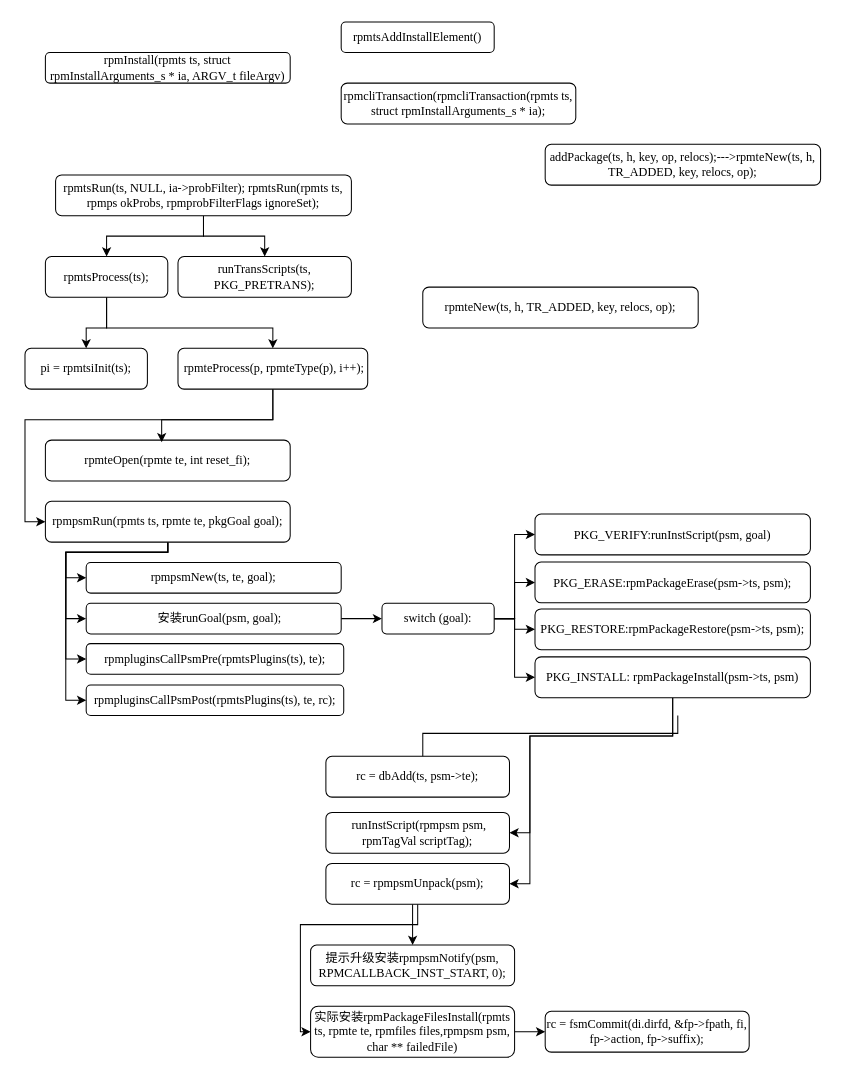
Before: page "rpmInstall" (15 of 16) of 未命名绘图.drawio in HunterDuan/git, a draw.io diagram. Source tidied: cells renumbered, new cells numbered last; positions are measured from the earlier drawing's top-left corner, leaving out a move shared by most shapes. Both pictures are drawn from the tidied source at 102%, with x=0, y=0 at pixel (24, 21).
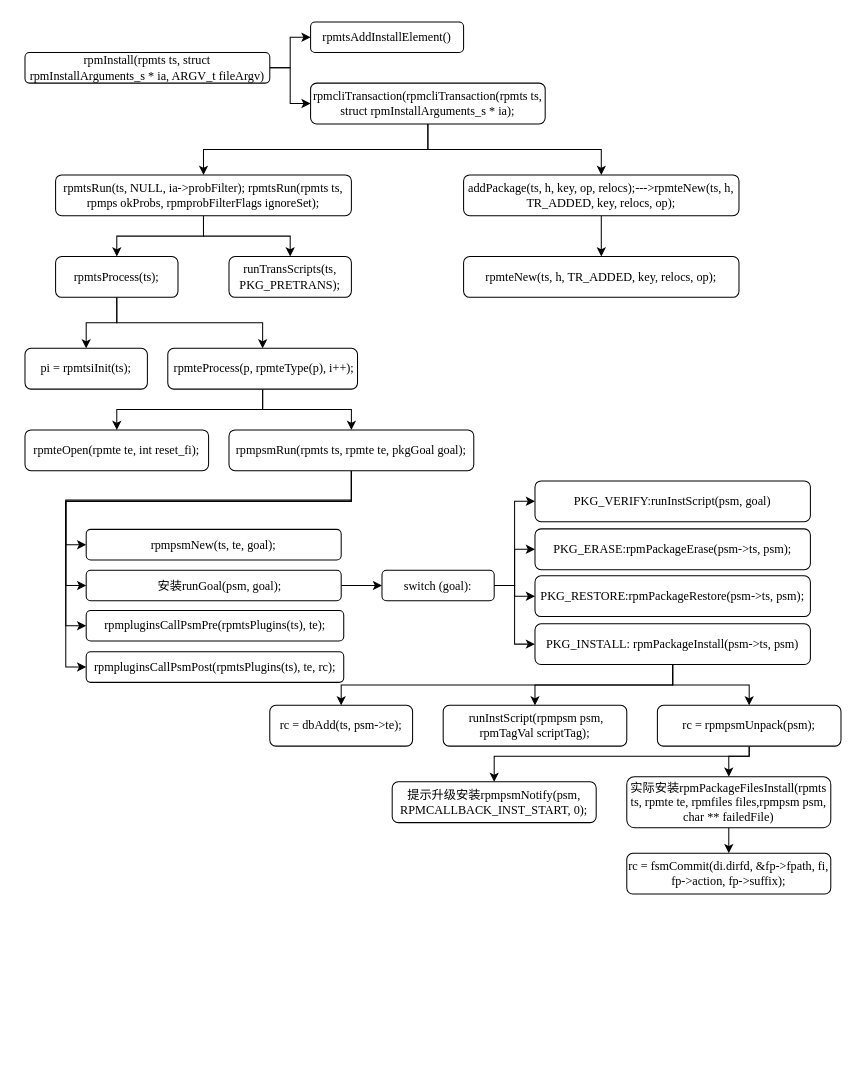
After the change.

The change refers to these unchanged cells:
```xml
<mxCell id="8" value="&lt;p class=&quot;MsoNormal&quot; style=&quot;font-size: 12px;&quot;&gt;&lt;span style=&quot;font-size: 12px;&quot;&gt;rpmtsRun(ts, NULL, ia-&amp;gt;probFilter);&lt;/span&gt;&lt;span style=&quot;font-size: 12px;&quot;&gt;&amp;nbsp;&lt;font style=&quot;font-size: 12px;&quot;&gt;rpmtsRun(rpmts ts, rpmps okProbs, rpmprobFilterFlags ignoreSet);&lt;/font&gt;&lt;/span&gt;&lt;/p&gt;" style="rounded=1;whiteSpace=wrap;html=1;fontSize=12;fontFamily=Times New Roman;" parent="1" vertex="1">
  <mxGeometry x="30" y="150" width="290" height="40" as="geometry" />
</mxCell>
<mxCell id="43" value="pi = rpmtsiInit(ts);" style="rounded=1;whiteSpace=wrap;html=1;fontSize=12;fontFamily=Times New Roman;" parent="1" vertex="1">
  <mxGeometry y="320" width="120" height="40" as="geometry" />
</mxCell>
```

Diff of the diagram source:
```diff
@@
+    <mxCell id="50" style="edgeStyle=orthogonalEdgeStyle;rounded=0;jettySize=auto;html=1;entryX=0;entryY=0.5;entryDx=0;entryDy=0;" parent="1" edge="1" source="2" target="3">
+      <mxGeometry relative="1" as="geometry" />
+    </mxCell>
+    <mxCell id="51" style="edgeStyle=orthogonalEdgeStyle;rounded=0;jettySize=auto;html=1;" parent="1" edge="1" source="2" target="4">
+      <mxGeometry relative="1" as="geometry" />
+    </mxCell>
     <mxCell id="2" value="&lt;p class=&quot;MsoNormal&quot; style=&quot;font-size: 12px;&quot;&gt;&lt;font style=&quot;font-size: 12px;&quot;&gt;rpmInstall(rpmts ts, struct rpmInstallArguments_s * ia, ARGV_t fileArgv)&lt;/font&gt;&lt;/p&gt;" style="rounded=1;whiteSpace=wrap;html=1;fontSize=12;fontFamily=Times New Roman;" parent="1" vertex="1">
-      <mxGeometry x="20" y="30" width="240" height="30" as="geometry" />
+      <mxGeometry y="30" width="240" height="30" as="geometry" />
     </mxCell>
     <mxCell id="3" value="&lt;p class=&quot;MsoNormal&quot; style=&quot;font-size: 12px;&quot;&gt;rpmtsAddInstallElement&lt;span style=&quot;font-size: 12px;&quot;&gt;&lt;font style=&quot;font-size: 12px;&quot;&gt;()&lt;/font&gt;&lt;/span&gt;&lt;/p&gt;" style="whiteSpace=wrap;html=1;rounded=1;fontSize=12;fontFamily=Times New Roman;" parent="1" vertex="1">
-      <mxGeometry x="310" width="150" height="30" as="geometry" />
+      <mxGeometry x="280" width="150" height="30" as="geometry" />
     </mxCell>
+    <mxCell id="52" style="edgeStyle=orthogonalEdgeStyle;rounded=0;jettySize=auto;html=1;" parent="1" edge="1" source="4" target="8">
+      <mxGeometry relative="1" as="geometry" />
+    </mxCell>
     <mxCell id="4" value="&lt;p class=&quot;MsoNormal&quot; style=&quot;font-size: 12px;&quot;&gt;&lt;font style=&quot;font-size: 12px;&quot;&gt;rpmcliTransaction(rpmcliTransaction(rpmts ts, struct rpmInstallArguments_s * ia);&lt;/font&gt;&lt;/p&gt;" style="whiteSpace=wrap;html=1;rounded=1;fontSize=12;fontFamily=Times New Roman;" parent="1" vertex="1">
-      <mxGeometry x="310" y="60" width="230" height="40" as="geometry" />
+      <mxGeometry x="280" y="60" width="230" height="40" as="geometry" />
     </mxCell>
+    <mxCell id="53" style="edgeStyle=orthogonalEdgeStyle;rounded=0;jettySize=auto;html=1;" parent="1" edge="1" source="5" target="41">
+      <mxGeometry relative="1" as="geometry" />
+    </mxCell>
     <mxCell id="5" value="&lt;p class=&quot;MsoNormal&quot; style=&quot;font-size: 12px;&quot;&gt;&lt;font style=&quot;font-size: 12px;&quot;&gt;addPackage(ts, h, key, op, relocs);---&amp;gt;rpmteNew(ts, h, TR_ADDED, key, relocs, op);&lt;/font&gt;&lt;/p&gt;" style="rounded=1;whiteSpace=wrap;html=1;fontSize=12;fontFamily=Times New Roman;" parent="1" vertex="1">
-      <mxGeometry x="510" y="120" width="270" height="40" as="geometry" />
+      <mxGeometry x="430" y="150" width="270" height="40" as="geometry" />
     </mxCell>
@@
     <mxCell id="9" style="edgeStyle=orthogonalEdgeStyle;rounded=0;jettySize=auto;html=1;entryX=0.5;entryY=0;entryDx=0;entryDy=0;" parent="1" edge="1" source="11" target="43">
-      <mxGeometry relative="1" as="geometry">
-        <Array as="points">
-          <mxPoint x="80" y="300" />
-          <mxPoint x="60" y="300" />
-        </Array>
-      </mxGeometry>
+      <mxGeometry relative="1" as="geometry" />
     </mxCell>
-    <mxCell id="10" style="edgeStyle=orthogonalEdgeStyle;rounded=0;jettySize=auto;html=1;" parent="1" edge="1" source="11" target="13">
-      <mxGeometry relative="1" as="geometry">
-        <Array as="points">
-          <mxPoint x="80" y="300" />
-          <mxPoint x="243" y="300" />
-        </Array>
-      </mxGeometry>
+    <mxCell id="10" style="edgeStyle=orthogonalEdgeStyle;rounded=0;jettySize=auto;html=1;entryX=0.5;entryY=0;entryDx=0;entryDy=0;" parent="1" edge="1" source="11" target="13">
+      <mxGeometry relative="1" as="geometry" />
     </mxCell>
     <mxCell id="11" value="&lt;font style=&quot;font-size: 12px;&quot;&gt;rpmtsProcess(ts);&lt;/font&gt;" style="rounded=1;whiteSpace=wrap;html=1;fontSize=12;fontFamily=Times New Roman;" parent="1" vertex="1">
-      <mxGeometry x="20" y="230" width="120" height="40" as="geometry" />
+      <mxGeometry x="30" y="230" width="120" height="40" as="geometry" />
     </mxCell>
+    <mxCell id="44" style="edgeStyle=orthogonalEdgeStyle;rounded=0;jettySize=auto;html=1;entryX=0.5;entryY=0;entryDx=0;entryDy=0;" parent="1" edge="1" source="13" target="14">
+      <mxGeometry relative="1" as="geometry" />
+    </mxCell>
-    <mxCell id="12" style="edgeStyle=orthogonalEdgeStyle;rounded=0;jettySize=auto;html=1;entryX=0;entryY=0.5;entryDx=0;entryDy=0;" parent="1" edge="1" source="13" target="49">
-      <mxGeometry relative="1" as="geometry">
-        <Array as="points">
-          <mxPoint x="243" y="390" />
-          <mxPoint y="390" />
-          <mxPoint y="490" />
-        </Array>
-      </mxGeometry>
+    <mxCell id="12" style="edgeStyle=orthogonalEdgeStyle;rounded=0;jettySize=auto;html=1;entryX=0.5;entryY=0;entryDx=0;entryDy=0;" parent="1" edge="1" source="13" target="49">
+      <mxGeometry relative="1" as="geometry" />
     </mxCell>
     <mxCell id="13" value="&lt;p class=&quot;MsoNormal&quot; style=&quot;font-size: 12px;&quot;&gt;&lt;span style=&quot;font-size: 12px;&quot;&gt;&amp;nbsp;&lt;/span&gt;&lt;span style=&quot;font-size: 12px;&quot;&gt;rpmteProcess(p, rpmteType(p), i++);&lt;/span&gt;&lt;/p&gt;" style="rounded=1;whiteSpace=wrap;html=1;fontSize=12;fontFamily=Times New Roman;" parent="1" vertex="1">
-      <mxGeometry x="150" y="320" width="186" height="40" as="geometry" />
+      <mxGeometry x="140" y="320" width="186" height="40" as="geometry" />
     </mxCell>
     <mxCell id="14" value="&lt;p class=&quot;MsoNormal&quot; style=&quot;font-size: 12px;&quot;&gt;&lt;font style=&quot;font-size: 12px;&quot;&gt;rpmteOpen(rpmte te, int reset_fi); &lt;br&gt;&lt;/font&gt;&lt;/p&gt;" style="rounded=1;whiteSpace=wrap;html=1;fontSize=12;fontFamily=Times New Roman;" parent="1" vertex="1">
-      <mxGeometry x="20" y="410" width="240" height="40" as="geometry" />
+      <mxGeometry y="400" width="180" height="40" as="geometry" />
     </mxCell>
     <mxCell id="15" value="rpmpsmNew(ts, te, goal);" style="rounded=1;whiteSpace=wrap;html=1;fontSize=12;fontFamily=Times New Roman;" parent="1" vertex="1">
-      <mxGeometry x="60" y="530" width="250" height="30" as="geometry" />
+      <mxGeometry x="60" y="497.5" width="250" height="30" as="geometry" />
     </mxCell>
     <mxCell id="16" value="rpmpluginsCallPsmPre(rpmtsPlugins(ts), te);" style="rounded=1;whiteSpace=wrap;html=1;fontSize=12;fontFamily=Times New Roman;" parent="1" vertex="1">
-      <mxGeometry x="60" y="609.5" width="252.5" height="30" as="geometry" />
+      <mxGeometry x="60" y="577" width="252.5" height="30" as="geometry" />
     </mxCell>
@@
     <mxCell id="18" value="&amp;nbsp;&amp;nbsp;&amp;nbsp; 安装runGoal(psm, goal);" style="rounded=1;whiteSpace=wrap;html=1;fontSize=12;fontFamily=Times New Roman;" parent="1" vertex="1">
-      <mxGeometry x="60" y="570" width="250" height="30" as="geometry" />
+      <mxGeometry x="60" y="537.5" width="250" height="30" as="geometry" />
     </mxCell>
     <mxCell id="19" value="&lt;p class=&quot;MsoNormal&quot; style=&quot;font-size: 12px;&quot;&gt;&lt;font style=&quot;font-size: 12px;&quot;&gt;rpmpluginsCallPsmPost(rpmtsPlugins(ts), te, rc);&lt;/font&gt;&lt;/p&gt;" style="rounded=1;whiteSpace=wrap;html=1;fontSize=12;fontFamily=Times New Roman;" parent="1" vertex="1">
-      <mxGeometry x="60" y="650" width="252.5" height="30" as="geometry" />
+      <mxGeometry x="60" y="617.5" width="252.5" height="30" as="geometry" />
     </mxCell>
@@
     <mxCell id="24" value="&lt;p class=&quot;MsoNormal&quot; style=&quot;font-size: 12px;&quot;&gt;switch (goal)&lt;span style=&quot;font-size: 12px;&quot;&gt;&lt;font style=&quot;font-size: 12px;&quot;&gt;:&lt;/font&gt;&lt;/span&gt;&lt;/p&gt;" style="rounded=1;whiteSpace=wrap;html=1;fontSize=12;fontFamily=Times New Roman;" parent="1" vertex="1">
-      <mxGeometry x="350" y="570" width="110" height="30" as="geometry" />
+      <mxGeometry x="350" y="537.5" width="110" height="30" as="geometry" />
     </mxCell>
     <mxCell id="25" value="&lt;font style=&quot;font-size: 12px;&quot;&gt;PKG_VERIFY:runInstScript(psm, goal)&lt;/font&gt;" style="rounded=1;whiteSpace=wrap;html=1;fontSize=12;fontFamily=Times New Roman;" parent="1" vertex="1">
-      <mxGeometry x="500" y="482.5" width="270" height="40" as="geometry" />
+      <mxGeometry x="500" y="450" width="270" height="40" as="geometry" />
     </mxCell>
     <mxCell id="26" value="&lt;font style=&quot;font-size: 12px;&quot;&gt;PKG_ERASE:rpmPackageErase(psm-&amp;gt;ts, psm);&lt;/font&gt;" style="rounded=1;whiteSpace=wrap;html=1;fontSize=12;fontFamily=Times New Roman;" parent="1" vertex="1">
-      <mxGeometry x="500" y="529.5" width="270" height="40" as="geometry" />
+      <mxGeometry x="500" y="497" width="270" height="40" as="geometry" />
     </mxCell>
     <mxCell id="27" value="&lt;font style=&quot;font-size: 12px;&quot;&gt;PKG_RESTORE:rpmPackageRestore(psm-&amp;gt;ts, psm);&lt;/font&gt;" style="rounded=1;whiteSpace=wrap;html=1;fontSize=12;fontFamily=Times New Roman;" parent="1" vertex="1">
-      <mxGeometry x="500" y="575.5" width="270" height="40" as="geometry" />
+      <mxGeometry x="500" y="543" width="270" height="40" as="geometry" />
     </mxCell>
-    <mxCell id="28" style="edgeStyle=orthogonalEdgeStyle;rounded=0;orthogonalLoop=1;jettySize=auto;html=1;" parent="1" edge="1">
-      <mxGeometry relative="1" as="geometry">
-        <mxPoint x="640" y="680" as="sourcePoint" />
-        <mxPoint x="390" y="737.5" as="targetPoint" />
-        <Array as="points">
-          <mxPoint x="640" y="697.5" />
-          <mxPoint x="390" y="697.5" />
-        </Array>
-      </mxGeometry>
-    </mxCell>
-    <mxCell id="29" style="edgeStyle=orthogonalEdgeStyle;rounded=0;jettySize=auto;html=1;entryX=1;entryY=0.5;entryDx=0;entryDy=0;" parent="1" edge="1" source="31" target="33">
-      <mxGeometry relative="1" as="geometry">
-        <Array as="points">
-          <mxPoint x="635" y="700" />
-          <mxPoint x="495" y="700" />
-          <mxPoint x="495" y="795" />
-        </Array>
-      </mxGeometry>
+    <mxCell id="29" style="edgeStyle=orthogonalEdgeStyle;rounded=0;jettySize=auto;html=1;" parent="1" edge="1" source="31" target="33">
+      <mxGeometry relative="1" as="geometry" />
     </mxCell>
-    <mxCell id="30" style="edgeStyle=orthogonalEdgeStyle;rounded=0;jettySize=auto;html=1;entryX=1;entryY=0.5;entryDx=0;entryDy=0;" parent="1" edge="1" source="31" target="36">
-      <mxGeometry relative="1" as="geometry">
-        <Array as="points">
-          <mxPoint x="635" y="700" />
-          <mxPoint x="495" y="700" />
-          <mxPoint x="495" y="845" />
-        </Array>
-      </mxGeometry>
+    <mxCell id="30" style="edgeStyle=orthogonalEdgeStyle;rounded=0;jettySize=auto;html=1;entryX=0.5;entryY=0;entryDx=0;entryDy=0;" parent="1" edge="1" source="31" target="36">
+      <mxGeometry relative="1" as="geometry" />
     </mxCell>
+    <mxCell id="54" style="edgeStyle=orthogonalEdgeStyle;rounded=0;jettySize=auto;html=1;" parent="1" edge="1" source="31" target="32">
+      <mxGeometry relative="1" as="geometry">
+        <Array as="points">
+          <mxPoint x="635" y="650" />
+          <mxPoint x="310" y="650" />
+        </Array>
+      </mxGeometry>
+    </mxCell>
     <mxCell id="31" value="&lt;div&gt;&lt;font style=&quot;font-size: 12px;&quot;&gt;PKG_INSTALL: rpmPackageInstall(psm-&amp;gt;ts, psm)&lt;/font&gt;&lt;/div&gt;" style="rounded=1;whiteSpace=wrap;html=1;fontSize=12;fontFamily=Times New Roman;" parent="1" vertex="1">
-      <mxGeometry x="500" y="622.5" width="270" height="40" as="geometry" />
+      <mxGeometry x="500" y="590" width="270" height="40" as="geometry" />
     </mxCell>
     <mxCell id="32" value="&lt;p class=&quot;MsoNormal&quot; style=&quot;font-size: 12px;&quot;&gt;rc = dbAdd(ts, psm-&amp;gt;te);&lt;/p&gt;" style="rounded=1;whiteSpace=wrap;html=1;fontSize=12;fontFamily=Times New Roman;" parent="1" vertex="1">
-      <mxGeometry x="295" y="720" width="180" height="40" as="geometry" />
+      <mxGeometry x="240" y="670" width="140" height="40" as="geometry" />
     </mxCell>
     <mxCell id="33" value="&lt;p class=&quot;MsoNormal&quot; style=&quot;font-size: 12px;&quot;&gt;&amp;nbsp;&lt;font style=&quot;font-size: 12px;&quot;&gt;runInstScript(rpmpsm psm, rpmTagVal scriptTag);&lt;/font&gt;&lt;/p&gt;" style="rounded=1;whiteSpace=wrap;html=1;fontSize=12;fontFamily=Times New Roman;" parent="1" vertex="1">
-      <mxGeometry x="295" y="775" width="180" height="40" as="geometry" />
+      <mxGeometry x="410" y="670" width="180" height="40" as="geometry" />
     </mxCell>
+    <mxCell id="35" style="edgeStyle=orthogonalEdgeStyle;rounded=0;jettySize=auto;html=1;entryX=0.5;entryY=0;entryDx=0;entryDy=0;" parent="1" edge="1" source="36" target="39">
+      <mxGeometry relative="1" as="geometry">
+        <Array as="points">
+          <mxPoint x="710" y="720" />
+          <mxPoint x="690" y="720" />
+        </Array>
+      </mxGeometry>
+    </mxCell>
     <mxCell id="34" style="edgeStyle=orthogonalEdgeStyle;rounded=0;jettySize=auto;html=1;" parent="1" edge="1" source="36" target="37">
       <mxGeometry relative="1" as="geometry">
         <Array as="points">
-          <mxPoint x="385" y="885" />
-          <mxPoint x="380" y="885" />
+          <mxPoint x="710" y="720" />
+          <mxPoint x="460" y="720" />
         </Array>
       </mxGeometry>
     </mxCell>
-    <mxCell id="35" style="edgeStyle=orthogonalEdgeStyle;rounded=0;jettySize=auto;html=1;entryX=0;entryY=0.5;entryDx=0;entryDy=0;" parent="1" edge="1" source="36" target="39">
-      <mxGeometry relative="1" as="geometry">
-        <Array as="points">
-          <mxPoint x="380" y="885" />
-          <mxPoint x="270" y="885" />
-          <mxPoint x="270" y="990" />
-        </Array>
-      </mxGeometry>
-    </mxCell>
     <mxCell id="36" value="&lt;p style=&quot;font-size: 12px;&quot; class=&quot;pre&quot;&gt;&lt;font style=&quot;font-size: 12px;&quot;&gt;rc = rpmpsmUnpack(psm);&lt;/font&gt;&lt;span style=&quot;font-size: 12px;&quot;&gt;&lt;/span&gt;&lt;/p&gt;" style="rounded=1;whiteSpace=wrap;html=1;fontSize=12;fontFamily=Times New Roman;" parent="1" vertex="1">
-      <mxGeometry x="295" y="825" width="180" height="40" as="geometry" />
+      <mxGeometry x="620" y="670" width="180" height="40" as="geometry" />
     </mxCell>
     <mxCell id="37" value="&lt;p class=&quot;MsoNormal&quot; style=&quot;font-size: 12px;&quot;&gt;提示升级安装rpmpsmNotify(psm, RPMCALLBACK_INST_START, 0);&lt;span style=&quot;font-size: 12px;&quot;&gt; &lt;br style=&quot;font-size: 12px;&quot;&gt;&lt;/span&gt;&lt;/p&gt;" style="rounded=1;whiteSpace=wrap;html=1;fontSize=12;fontFamily=Times New Roman;" parent="1" vertex="1">
-      <mxGeometry x="280" y="905" width="200" height="40" as="geometry" />
+      <mxGeometry x="360" y="745" width="200" height="40" as="geometry" />
     </mxCell>
@@
     <mxCell id="39" value="&lt;p class=&quot;MsoNormal&quot; style=&quot;font-size: 12px;&quot;&gt;实际安装&lt;font style=&quot;font-size: 12px;&quot;&gt;rpmPackageFilesInstall(rpmts ts, rpmte te, rpmfiles files,rpmpsm psm, char ** failedFile)&lt;/font&gt;&lt;/p&gt;" style="rounded=1;whiteSpace=wrap;html=1;fontSize=12;fontFamily=Times New Roman;" parent="1" vertex="1">
-      <mxGeometry x="280" y="965" width="200" height="50" as="geometry" />
+      <mxGeometry x="590" y="740" width="200" height="50" as="geometry" />
     </mxCell>
     <mxCell id="40" value="&lt;p class=&quot;MsoNormal&quot; style=&quot;font-size: 12px;&quot;&gt;&lt;font style=&quot;font-size: 12px;&quot;&gt;rc = fsmCommit(di.dirfd, &amp;amp;fp-&amp;gt;fpath, fi, fp-&amp;gt;action, fp-&amp;gt;suffix);&lt;/font&gt;&lt;/p&gt;" style="rounded=1;whiteSpace=wrap;html=1;fontSize=12;fontFamily=Times New Roman;" parent="1" vertex="1">
-      <mxGeometry x="510" y="970" width="200" height="40" as="geometry" />
+      <mxGeometry x="590" y="815" width="200" height="40" as="geometry" />
     </mxCell>
     <mxCell id="41" value="&lt;p class=&quot;MsoNormal&quot;&gt;&lt;font face=&quot;Times New Roman&quot;&gt;rpmteNew(ts, h, TR_ADDED, key, relocs, op); &lt;/font&gt;&lt;/p&gt;" style="rounded=1;whiteSpace=wrap;html=1;fontSize=12;fontFamily=Times New Roman;" parent="1" vertex="1">
-      <mxGeometry x="390" y="260" width="270" height="40" as="geometry" />
+      <mxGeometry x="430" y="230" width="270" height="40" as="geometry" />
     </mxCell>
     <mxCell id="42" value="&lt;p style=&quot;font-size: 12px;&quot; class=&quot;pre&quot;&gt;&lt;font style=&quot;font-size: 12px;&quot;&gt;runTransScripts(ts, PKG_PRETRANS); &lt;/font&gt;&lt;span style=&quot;font-size: 12px;&quot;&gt;&lt;/span&gt;&lt;/p&gt;" style="rounded=1;whiteSpace=wrap;html=1;fontSize=12;fontFamily=Times New Roman;" parent="1" vertex="1">
-      <mxGeometry x="150" y="230" width="170" height="40" as="geometry" />
+      <mxGeometry x="200" y="230" width="120" height="40" as="geometry" />
     </mxCell>
@@
-    <mxCell id="44" style="edgeStyle=orthogonalEdgeStyle;rounded=0;jettySize=auto;html=1;entryX=0.475;entryY=0.05;entryDx=0;entryDy=0;entryPerimeter=0;" parent="1" edge="1" source="13" target="14">
-      <mxGeometry relative="1" as="geometry">
-        <Array as="points">
-          <mxPoint x="243" y="390" />
-          <mxPoint x="134" y="390" />
-        </Array>
-      </mxGeometry>
-    </mxCell>
-    <mxCell id="45" style="edgeStyle=orthogonalEdgeStyle;rounded=0;jettySize=auto;html=1;entryX=0;entryY=0.5;entryDx=0;entryDy=0;" parent="1" edge="1" source="49" target="15">
-      <mxGeometry relative="1" as="geometry">
-        <Array as="points">
-          <mxPoint x="140" y="520" />
-          <mxPoint x="40" y="520" />
-          <mxPoint x="40" y="545" />
-        </Array>
-      </mxGeometry>
-    </mxCell>
     <mxCell id="46" style="edgeStyle=orthogonalEdgeStyle;rounded=0;jettySize=auto;html=1;entryX=0;entryY=0.5;entryDx=0;entryDy=0;" parent="1" edge="1" source="49" target="18">
       <mxGeometry relative="1" as="geometry">
         <Array as="points">
-          <mxPoint x="140" y="520" />
-          <mxPoint x="40" y="520" />
-          <mxPoint x="40" y="585" />
+          <mxPoint x="320" y="470" />
+          <mxPoint x="40" y="470" />
+          <mxPoint x="40" y="553" />
         </Array>
       </mxGeometry>
     </mxCell>
     <mxCell id="47" style="edgeStyle=orthogonalEdgeStyle;rounded=0;jettySize=auto;html=1;entryX=0;entryY=0.5;entryDx=0;entryDy=0;" parent="1" edge="1" source="49" target="16">
       <mxGeometry relative="1" as="geometry">
         <Array as="points">
-          <mxPoint x="140" y="520" />
-          <mxPoint x="40" y="520" />
-          <mxPoint x="40" y="625" />
+          <mxPoint x="320" y="470" />
+          <mxPoint x="40" y="470" />
+          <mxPoint x="40" y="592" />
         </Array>
       </mxGeometry>
     </mxCell>
     <mxCell id="48" style="edgeStyle=orthogonalEdgeStyle;rounded=0;jettySize=auto;html=1;entryX=0;entryY=0.5;entryDx=0;entryDy=0;" parent="1" edge="1" source="49" target="19">
       <mxGeometry relative="1" as="geometry">
         <Array as="points">
-          <mxPoint x="140" y="520" />
-          <mxPoint x="40" y="520" />
-          <mxPoint x="40" y="665" />
+          <mxPoint x="320" y="470" />
+          <mxPoint x="40" y="470" />
+          <mxPoint x="40" y="633" />
         </Array>
       </mxGeometry>
     </mxCell>
+    <mxCell id="45" style="edgeStyle=orthogonalEdgeStyle;rounded=0;jettySize=auto;html=1;entryX=0;entryY=0.5;entryDx=0;entryDy=0;" parent="1" edge="1" source="49" target="15">
+      <mxGeometry relative="1" as="geometry" />
+    </mxCell>
     <mxCell id="49" value="&lt;font style=&quot;font-size: 12px;&quot;&gt;rpmpsmRun(rpmts ts, rpmte te, pkgGoal goal);&lt;/font&gt;" style="rounded=1;whiteSpace=wrap;html=1;fontSize=12;fontFamily=Times New Roman;" parent="1" vertex="1">
-      <mxGeometry x="20" y="470" width="240" height="40" as="geometry" />
+      <mxGeometry x="200" y="400" width="240" height="40" as="geometry" />
     </mxCell>
+    <mxCell id="55" style="edgeStyle=orthogonalEdgeStyle;rounded=0;jettySize=auto;html=1;" parent="1" edge="1" source="4" target="5">
+      <mxGeometry relative="1" as="geometry" />
+    </mxCell>
```
